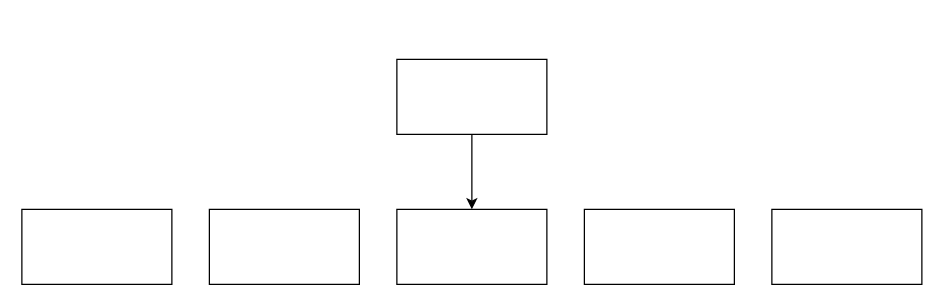
This is 前台.drawio from Tao-Yuan7/wastebasket, a draw.io file, before an edit. Source tidied: cells renumbered, new cells numbered last; positions are measured from the earlier drawing's top-left corner, leaving out a move shared by most shapes. Both pictures are drawn from the tidied source at 125%, with x=0, y=0 at pixel (21, 59).
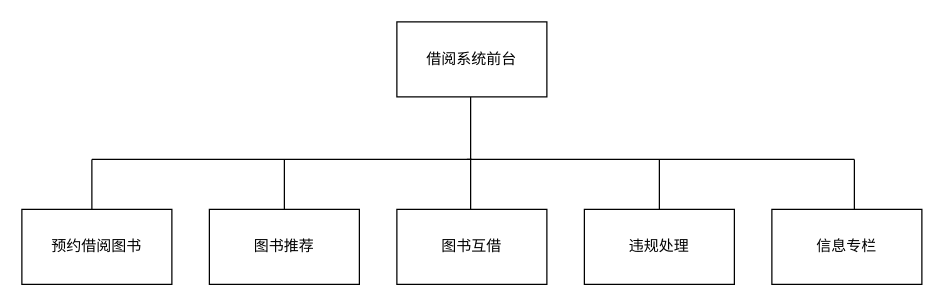
After the change.

The edit, as a diff of the source:
```diff
@@
-    <mxCell id="2" style="edgeStyle=orthogonalEdgeStyle;rounded=0;jettySize=auto;html=1;" parent="1" edge="1" source="3" target="6">
-      <mxGeometry relative="1" as="geometry" />
-    </mxCell>
-    <mxCell id="3" style="rounded=0;whiteSpace=wrap;html=1;" parent="1" vertex="1">
-      <mxGeometry x="300" width="120" height="60" as="geometry" />
+    <mxCell id="3" value="借阅系统前台" style="rounded=0;whiteSpace=wrap;html=1;" parent="1" vertex="1">
+      <mxGeometry x="300" y="-30" width="120" height="60" as="geometry" />
     </mxCell>
-    <mxCell id="4" style="rounded=0;whiteSpace=wrap;html=1;" parent="1" vertex="1">
+    <mxCell id="4" value="预约借阅图书" style="rounded=0;whiteSpace=wrap;html=1;" parent="1" vertex="1">
       <mxGeometry y="120" width="120" height="60" as="geometry" />
     </mxCell>
-    <mxCell id="5" style="rounded=0;whiteSpace=wrap;html=1;" parent="1" vertex="1">
+    <mxCell id="5" value="图书推荐" style="rounded=0;whiteSpace=wrap;html=1;" parent="1" vertex="1">
       <mxGeometry x="150" y="120" width="120" height="60" as="geometry" />
     </mxCell>
-    <mxCell id="6" style="rounded=0;whiteSpace=wrap;html=1;" parent="1" vertex="1">
+    <mxCell id="6" value="图书互借" style="rounded=0;whiteSpace=wrap;html=1;" parent="1" vertex="1">
       <mxGeometry x="300" y="120" width="120" height="60" as="geometry" />
     </mxCell>
-    <mxCell id="7" style="rounded=0;whiteSpace=wrap;html=1;" parent="1" vertex="1">
+    <mxCell id="7" value="违规处理" style="rounded=0;whiteSpace=wrap;html=1;" parent="1" vertex="1">
       <mxGeometry x="450" y="120" width="120" height="60" as="geometry" />
     </mxCell>
-    <mxCell id="8" style="rounded=0;whiteSpace=wrap;html=1;" parent="1" vertex="1">
+    <mxCell id="8" value="信息专栏" style="rounded=0;whiteSpace=wrap;html=1;" parent="1" vertex="1">
       <mxGeometry x="600" y="120" width="120" height="60" as="geometry" />
     </mxCell>
+    <mxCell id="9" style="endArrow=none;html=1;rounded=0;" parent="1" edge="1">
+      <mxGeometry relative="1" as="geometry">
+        <mxPoint x="359" y="80" as="sourcePoint" />
+        <mxPoint x="359" y="30" as="targetPoint" />
+      </mxGeometry>
+    </mxCell>
+    <mxCell id="10" style="endArrow=none;html=1;rounded=0;" parent="1" edge="1">
+      <mxGeometry relative="1" as="geometry">
+        <mxPoint x="56" y="80" as="sourcePoint" />
+        <mxPoint x="360" y="80" as="targetPoint" />
+      </mxGeometry>
+    </mxCell>
+    <mxCell id="11" style="endArrow=none;html=1;rounded=0;exitX=0.5;exitY=0;exitDx=0;exitDy=0;" parent="1" edge="1">
+      <mxGeometry relative="1" as="geometry">
+        <mxPoint x="56" y="120" as="sourcePoint" />
+        <mxPoint x="56" y="80" as="targetPoint" />
+      </mxGeometry>
+    </mxCell>
+    <mxCell id="12" style="endArrow=none;html=1;rounded=0;exitX=0.5;exitY=0;exitDx=0;exitDy=0;" parent="1" edge="1" source="5">
+      <mxGeometry relative="1" as="geometry">
+        <mxPoint x="210" y="80" as="targetPoint" />
+      </mxGeometry>
+    </mxCell>
+    <mxCell id="13" style="endArrow=none;html=1;rounded=0;" parent="1" edge="1">
+      <mxGeometry relative="1" as="geometry">
+        <mxPoint x="356" y="80" as="sourcePoint" />
+        <mxPoint x="666" y="80" as="targetPoint" />
+      </mxGeometry>
+    </mxCell>
+    <mxCell id="14" style="endArrow=none;html=1;rounded=0;" parent="1" edge="1">
+      <mxGeometry relative="1" as="geometry">
+        <mxPoint x="359" y="120" as="sourcePoint" />
+        <mxPoint x="359" y="80" as="targetPoint" />
+        <Array as="points">
+          <mxPoint x="359" y="100" />
+        </Array>
+      </mxGeometry>
+    </mxCell>
+    <mxCell id="15" style="endArrow=none;html=1;rounded=0;exitX=0.5;exitY=0;exitDx=0;exitDy=0;" parent="1" edge="1" source="7">
+      <mxGeometry relative="1" as="geometry">
+        <mxPoint x="510" y="80" as="targetPoint" />
+      </mxGeometry>
+    </mxCell>
+    <mxCell id="16" style="endArrow=none;html=1;rounded=0;exitX=0.5;exitY=0;exitDx=0;exitDy=0;" parent="1" edge="1">
+      <mxGeometry relative="1" as="geometry">
+        <mxPoint x="666" y="120" as="sourcePoint" />
+        <mxPoint x="666" y="80" as="targetPoint" />
+      </mxGeometry>
+    </mxCell>
```
